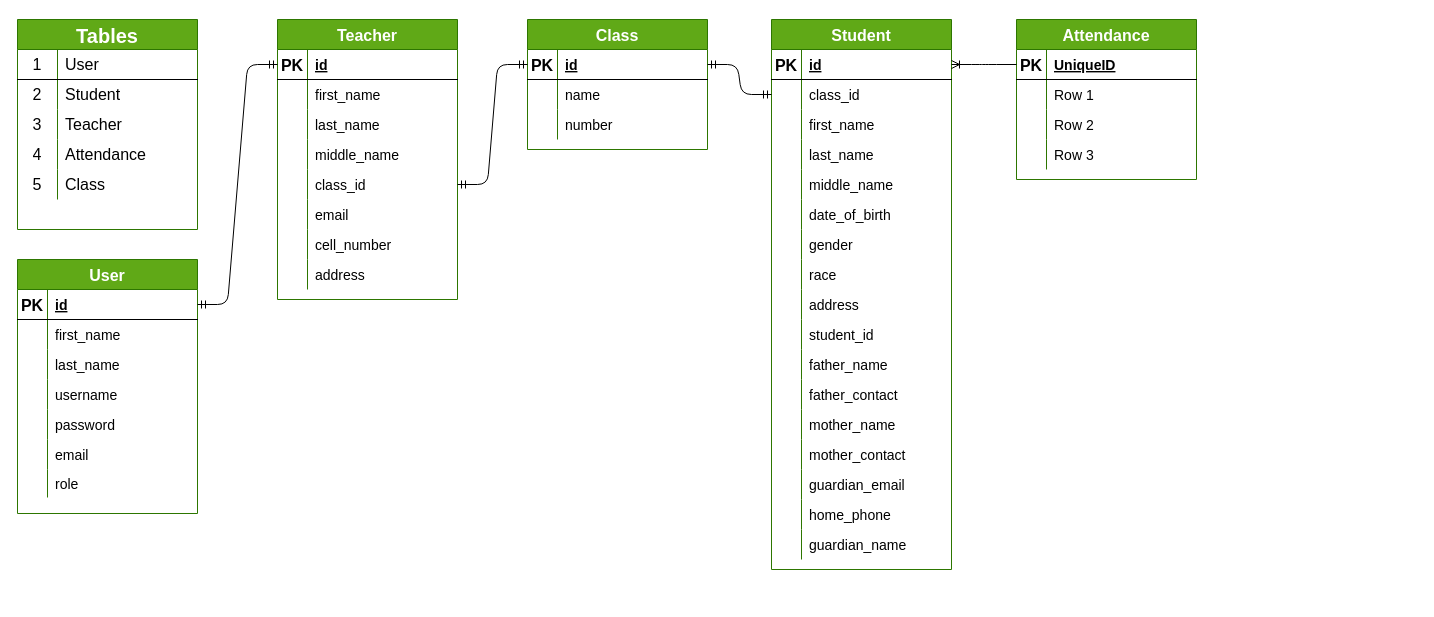
The draw.io diagram flowcharts/model-structures.drawio in Gabriel-Rockson/classhub, before the edit. Source tidied: cells renumbered, new cells numbered last; positions are measured from the earlier drawing's top-left corner, leaving out a move shared by most shapes. Both pictures are drawn from the tidied source at 100%, with x=0, y=0 at pixel (17, 19).
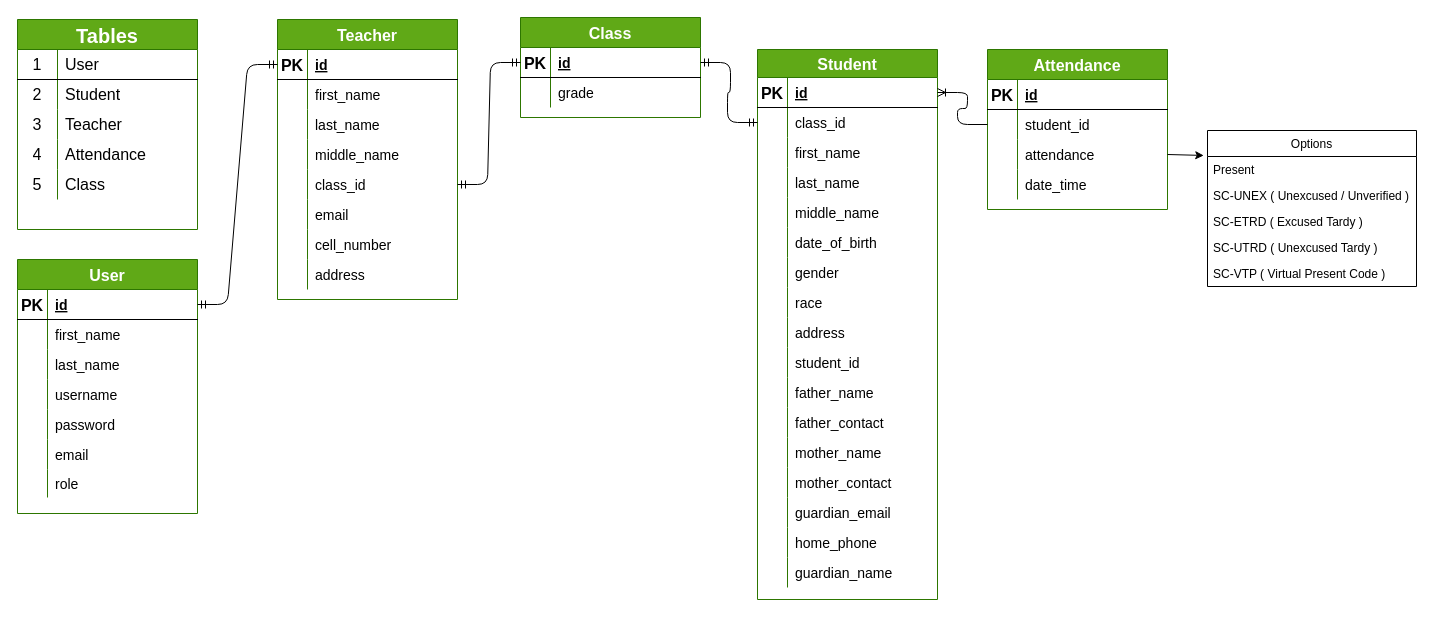
Above is the later version.

Unchanged cells that the change refers to:
```xml
<mxCell id="118" style="shape=partialRectangle;fillColor=none;top=0;left=0;bottom=1;right=0;points=[[0,0.5],[1,0.5]];portConstraint=eastwest;labelBackgroundColor=none;fontSize=20;" parent="117" vertex="1">
  <mxGeometry y="30" width="180" height="30" as="geometry" />
</mxCell>
<mxCell id="121" style="shape=partialRectangle;fillColor=none;top=0;left=0;bottom=0;right=0;points=[[0,0.5],[1,0.5]];portConstraint=eastwest;labelBackgroundColor=none;fontSize=20;" parent="117" vertex="1">
  <mxGeometry y="60" width="180" height="30" as="geometry" />
</mxCell>
<mxCell id="124" style="shape=partialRectangle;fillColor=none;top=0;left=0;bottom=0;right=0;points=[[0,0.5],[1,0.5]];portConstraint=eastwest;labelBackgroundColor=none;fontSize=20;" parent="117" vertex="1">
  <mxGeometry y="90" width="180" height="30" as="geometry" />
</mxCell>
<mxCell id="127" style="shape=partialRectangle;fillColor=none;top=0;left=0;bottom=0;right=0;labelBackgroundColor=none;fontSize=20;" parent="117" vertex="1">
  <mxGeometry y="120" width="180" height="30" as="geometry" />
</mxCell>
<mxCell id="136" style="shape=partialRectangle;fillColor=none;top=0;left=0;bottom=0;right=0;labelBackgroundColor=none;fontSize=20;" parent="132" vertex="1">
  <mxGeometry y="60" width="180" height="30" as="geometry" />
</mxCell>
```

Change to the diagram source:
```diff
@@
-    <mxCell id="40" value="Student" style="shape=table;startSize=30;childLayout=tableLayout;rowLines=0;fontStyle=1;align=center;labelBackgroundColor=none;fontSize=16;fillColor=#60a917;fontColor=#ffffff;strokeColor=#2D7600;" parent="1" vertex="1">
-      <mxGeometry x="754" width="180" height="550" as="geometry" />
+    <mxCell id="40" value="Student" style="shape=table;startSize=28;childLayout=tableLayout;rowLines=0;fontStyle=1;align=center;labelBackgroundColor=none;fontSize=16;fillColor=#60a917;fontColor=#ffffff;strokeColor=#2D7600;" parent="1" vertex="1">
+      <mxGeometry x="740" y="30" width="180" height="550" as="geometry" />
     </mxCell>
     <mxCell id="41" style="shape=partialRectangle;fillColor=none;top=0;left=0;bottom=1;right=0;points=[[0,0.5],[1,0.5]];portConstraint=eastwest;labelBackgroundColor=none;fontSize=20;" parent="40" vertex="1">
-      <mxGeometry y="30" width="180" height="30" as="geometry" />
+      <mxGeometry y="28" width="180" height="30" as="geometry" />
     </mxCell>
@@
     <mxCell id="44" style="shape=partialRectangle;fillColor=none;top=0;left=0;bottom=0;right=0;points=[[0,0.5],[1,0.5]];portConstraint=eastwest;labelBackgroundColor=none;fontSize=20;" parent="40" vertex="1">
-      <mxGeometry y="60" width="180" height="30" as="geometry" />
+      <mxGeometry y="58" width="180" height="30" as="geometry" />
     </mxCell>
@@
     <mxCell id="47" style="shape=partialRectangle;fillColor=none;top=0;left=0;bottom=0;right=0;labelBackgroundColor=none;fontSize=20;" parent="40" vertex="1">
-      <mxGeometry y="90" width="180" height="30" as="geometry" />
+      <mxGeometry y="88" width="180" height="30" as="geometry" />
     </mxCell>
@@
     <mxCell id="50" style="shape=partialRectangle;fillColor=none;top=0;left=0;bottom=0;right=0;labelBackgroundColor=none;fontSize=20;" parent="40" vertex="1">
-      <mxGeometry y="120" width="180" height="30" as="geometry" />
+      <mxGeometry y="118" width="180" height="30" as="geometry" />
     </mxCell>
@@
     <mxCell id="53" style="shape=partialRectangle;fillColor=none;top=0;left=0;bottom=0;right=0;labelBackgroundColor=none;fontSize=20;" parent="40" vertex="1">
-      <mxGeometry y="150" width="180" height="30" as="geometry" />
+      <mxGeometry y="148" width="180" height="30" as="geometry" />
     </mxCell>
@@
     <mxCell id="56" style="shape=partialRectangle;fillColor=none;top=0;left=0;bottom=0;right=0;labelBackgroundColor=none;fontSize=20;" parent="40" vertex="1">
-      <mxGeometry y="180" width="180" height="30" as="geometry" />
+      <mxGeometry y="178" width="180" height="30" as="geometry" />
     </mxCell>
@@
     <mxCell id="59" style="shape=partialRectangle;fillColor=none;top=0;left=0;bottom=0;right=0;labelBackgroundColor=none;fontSize=20;" parent="40" vertex="1">
-      <mxGeometry y="210" width="180" height="30" as="geometry" />
+      <mxGeometry y="208" width="180" height="30" as="geometry" />
     </mxCell>
@@
     <mxCell id="62" style="shape=partialRectangle;fillColor=none;top=0;left=0;bottom=0;right=0;labelBackgroundColor=none;fontSize=20;" parent="40" vertex="1">
-      <mxGeometry y="240" width="180" height="30" as="geometry" />
+      <mxGeometry y="238" width="180" height="30" as="geometry" />
     </mxCell>
@@
     <mxCell id="65" style="shape=partialRectangle;fillColor=none;top=0;left=0;bottom=0;right=0;labelBackgroundColor=none;fontSize=20;" parent="40" vertex="1">
-      <mxGeometry y="270" width="180" height="30" as="geometry" />
+      <mxGeometry y="268" width="180" height="30" as="geometry" />
     </mxCell>
@@
     <mxCell id="68" style="shape=partialRectangle;fillColor=none;top=0;left=0;bottom=0;right=0;labelBackgroundColor=none;fontSize=20;" parent="40" vertex="1">
-      <mxGeometry y="300" width="180" height="30" as="geometry" />
+      <mxGeometry y="298" width="180" height="30" as="geometry" />
     </mxCell>
@@
     <mxCell id="71" style="shape=partialRectangle;fillColor=none;top=0;left=0;bottom=0;right=0;labelBackgroundColor=none;fontSize=20;" parent="40" vertex="1">
-      <mxGeometry y="330" width="180" height="30" as="geometry" />
+      <mxGeometry y="328" width="180" height="30" as="geometry" />
     </mxCell>
@@
     <mxCell id="74" style="shape=partialRectangle;fillColor=none;top=0;left=0;bottom=0;right=0;labelBackgroundColor=none;fontSize=20;" parent="40" vertex="1">
-      <mxGeometry y="360" width="180" height="30" as="geometry" />
+      <mxGeometry y="358" width="180" height="30" as="geometry" />
     </mxCell>
@@
     <mxCell id="77" style="shape=partialRectangle;fillColor=none;top=0;left=0;bottom=0;right=0;labelBackgroundColor=none;fontSize=20;" parent="40" vertex="1">
-      <mxGeometry y="390" width="180" height="30" as="geometry" />
+      <mxGeometry y="388" width="180" height="30" as="geometry" />
     </mxCell>
@@
     <mxCell id="80" style="shape=partialRectangle;fillColor=none;top=0;left=0;bottom=0;right=0;labelBackgroundColor=none;fontSize=20;" parent="40" vertex="1">
-      <mxGeometry y="420" width="180" height="30" as="geometry" />
+      <mxGeometry y="418" width="180" height="30" as="geometry" />
     </mxCell>
@@
     <mxCell id="83" style="shape=partialRectangle;fillColor=none;top=0;left=0;bottom=0;right=0;labelBackgroundColor=none;fontSize=20;" parent="40" vertex="1">
-      <mxGeometry y="450" width="180" height="30" as="geometry" />
+      <mxGeometry y="448" width="180" height="30" as="geometry" />
     </mxCell>
@@
     <mxCell id="86" style="shape=partialRectangle;fillColor=none;top=0;left=0;bottom=0;right=0;labelBackgroundColor=none;fontSize=20;" parent="40" vertex="1">
-      <mxGeometry y="480" width="180" height="30" as="geometry" />
+      <mxGeometry y="478" width="180" height="30" as="geometry" />
     </mxCell>
@@
     <mxCell id="89" style="shape=partialRectangle;fillColor=none;top=0;left=0;bottom=0;right=0;labelBackgroundColor=none;fontSize=20;" parent="40" vertex="1">
-      <mxGeometry y="510" width="180" height="30" as="geometry" />
+      <mxGeometry y="508" width="180" height="30" as="geometry" />
     </mxCell>
@@
     <mxCell id="117" value="Attendance" style="shape=table;startSize=30;childLayout=tableLayout;rowLines=0;fontStyle=1;align=center;labelBackgroundColor=none;fontSize=16;fillColor=#60a917;fontColor=#ffffff;strokeColor=#2D7600;" parent="1" vertex="1">
-      <mxGeometry x="999" width="180" height="160" as="geometry" />
+      <mxGeometry x="970" y="30" width="180" height="160" as="geometry" />
     </mxCell>
@@
-    <mxCell id="120" value="UniqueID" style="shape=partialRectangle;fillColor=none;top=0;left=0;bottom=0;right=0;align=left;spacingLeft=6;fontStyle=5;overflow=hidden;labelBackgroundColor=none;fontSize=14;" parent="118" vertex="1">
+    <mxCell id="120" value="id" style="shape=partialRectangle;fillColor=none;top=0;left=0;bottom=0;right=0;align=left;spacingLeft=6;fontStyle=5;overflow=hidden;labelBackgroundColor=none;fontSize=14;" parent="118" vertex="1">
       <mxGeometry x="30" width="150" height="30" as="geometry" />
     </mxCell>
@@
-    <mxCell id="123" value="Row 1" style="shape=partialRectangle;fillColor=none;top=0;left=0;bottom=0;right=0;align=left;spacingLeft=6;overflow=hidden;labelBackgroundColor=none;fontSize=14;" parent="121" vertex="1">
+    <mxCell id="123" value="student_id" style="shape=partialRectangle;fillColor=none;top=0;left=0;bottom=0;right=0;align=left;spacingLeft=6;overflow=hidden;labelBackgroundColor=none;fontSize=14;" parent="121" vertex="1">
       <mxGeometry x="30" width="150" height="30" as="geometry" />
     </mxCell>
@@
-    <mxCell id="126" value="Row 2" style="shape=partialRectangle;fillColor=none;top=0;left=0;bottom=0;right=0;align=left;spacingLeft=6;overflow=hidden;labelBackgroundColor=none;fontSize=14;" parent="124" vertex="1">
+    <mxCell id="126" value="attendance" style="shape=partialRectangle;fillColor=none;top=0;left=0;bottom=0;right=0;align=left;spacingLeft=6;overflow=hidden;labelBackgroundColor=none;fontSize=14;" parent="124" vertex="1">
       <mxGeometry x="30" width="150" height="30" as="geometry" />
     </mxCell>
@@
-    <mxCell id="129" value="Row 3" style="shape=partialRectangle;fillColor=none;top=0;left=0;bottom=0;right=0;align=left;spacingLeft=6;overflow=hidden;labelBackgroundColor=none;fontSize=14;" parent="127" vertex="1">
+    <mxCell id="129" value="date_time" style="shape=partialRectangle;fillColor=none;top=0;left=0;bottom=0;right=0;align=left;spacingLeft=6;overflow=hidden;labelBackgroundColor=none;fontSize=14;" parent="127" vertex="1">
       <mxGeometry x="30" width="150" height="30" as="geometry" />
     </mxCell>
@@
-    <mxCell id="131" style="edgeStyle=entityRelationEdgeStyle;fontSize=12;html=1;endArrow=ERoneToMany;" parent="1" edge="1" source="118" target="41">
+    <mxCell id="131" style="edgeStyle=entityRelationEdgeStyle;fontSize=12;html=1;endArrow=ERoneToMany;exitX=0;exitY=0.5;exitDx=0;exitDy=0;" parent="1" edge="1" source="121" target="41">
       <mxGeometry relative="1" as="geometry" />
     </mxCell>
     <mxCell id="132" value="Class" style="shape=table;startSize=30;childLayout=tableLayout;rowLines=0;fontStyle=1;align=center;labelBackgroundColor=none;fontSize=16;fillColor=#60a917;fontColor=#ffffff;strokeColor=#2D7600;" parent="1" vertex="1">
-      <mxGeometry x="510" width="180" height="130" as="geometry" />
+      <mxGeometry x="503" y="-2" width="180" height="100" as="geometry" />
     </mxCell>
@@
-    <mxCell id="138" value="name " style="shape=partialRectangle;fillColor=none;top=0;left=0;bottom=0;right=0;align=left;spacingLeft=6;overflow=hidden;labelBackgroundColor=none;fontSize=14;" parent="136" vertex="1">
+    <mxCell id="138" value="grade" style="shape=partialRectangle;fillColor=none;top=0;left=0;bottom=0;right=0;align=left;spacingLeft=6;overflow=hidden;labelBackgroundColor=none;fontSize=14;" parent="136" vertex="1">
       <mxGeometry x="30" width="150" height="30" as="geometry" />
     </mxCell>
-    <mxCell id="139" style="shape=partialRectangle;fillColor=none;top=0;left=0;bottom=0;right=0;labelBackgroundColor=none;fontSize=20;" parent="132" vertex="1">
-      <mxGeometry y="90" width="180" height="30" as="geometry" />
-    </mxCell>
-    <mxCell id="140" style="shape=partialRectangle;fillColor=none;top=0;left=0;bottom=0;right=0;overflow=hidden;labelBackgroundColor=none;fontSize=20;" parent="139" vertex="1">
-      <mxGeometry width="30" height="30" as="geometry" />
-    </mxCell>
-    <mxCell id="141" value="number" style="shape=partialRectangle;fillColor=none;top=0;left=0;bottom=0;right=0;align=left;spacingLeft=6;overflow=hidden;labelBackgroundColor=none;fontSize=14;" parent="139" vertex="1">
-      <mxGeometry x="30" width="150" height="30" as="geometry" />
-    </mxCell>
@@
+    <mxCell id="144" value="Options" style="swimlane;fontStyle=0;horizontal=1;startSize=26;fillColor=none;" parent="1" vertex="1">
+      <mxGeometry x="1190" y="111" width="209" height="156" as="geometry" />
+    </mxCell>
+    <mxCell id="145" value="Present " style="text;strokeColor=none;fillColor=none;align=left;verticalAlign=top;spacingLeft=4;spacingRight=4;overflow=hidden;" parent="144" vertex="1">
+      <mxGeometry y="26" width="209" height="26" as="geometry" />
+    </mxCell>
+    <mxCell id="146" value="SC-UNEX ( Unexcused / Unverified )" style="text;strokeColor=none;fillColor=none;align=left;verticalAlign=top;spacingLeft=4;spacingRight=4;overflow=hidden;" parent="144" vertex="1">
+      <mxGeometry y="52" width="209" height="26" as="geometry" />
+    </mxCell>
+    <mxCell id="147" value="SC-ETRD ( Excused Tardy )" style="text;strokeColor=none;fillColor=none;align=left;verticalAlign=top;spacingLeft=4;spacingRight=4;overflow=hidden;" parent="144" vertex="1">
+      <mxGeometry y="78" width="209" height="26" as="geometry" />
+    </mxCell>
+    <mxCell id="148" value="SC-UTRD ( Unexcused Tardy )" style="text;strokeColor=none;fillColor=none;align=left;verticalAlign=top;spacingLeft=4;spacingRight=4;overflow=hidden;" parent="144" vertex="1">
+      <mxGeometry y="104" width="209" height="26" as="geometry" />
+    </mxCell>
+    <mxCell id="149" value="SC-VTP ( Virtual Present Code )" style="text;strokeColor=none;fillColor=none;align=left;verticalAlign=top;spacingLeft=4;spacingRight=4;overflow=hidden;" parent="144" vertex="1">
+      <mxGeometry y="130" width="209" height="26" as="geometry" />
+    </mxCell>
+    <mxCell id="150" style="edgeStyle=none;html=1;exitX=1;exitY=0.5;exitDx=0;exitDy=0;entryX=-0.018;entryY=0.16;entryDx=0;entryDy=0;entryPerimeter=0;" parent="1" edge="1" source="124" target="144">
+      <mxGeometry relative="1" as="geometry" />
+    </mxCell>
```
